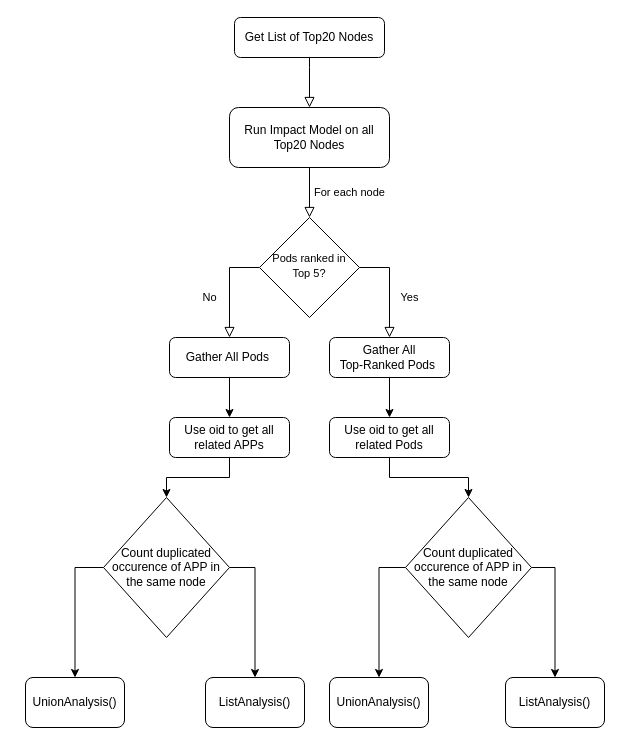
Earlier version of the draw.io diagram Untitled Diagram.drawio (PodorCN/WorkTerm2). Source tidied: cells renumbered, new cells numbered last; positions are measured from the earlier drawing's top-left corner, leaving out a move shared by most shapes. Both pictures are drawn from the tidied source at 100%, with x=0, y=0 at pixel (25, 17).
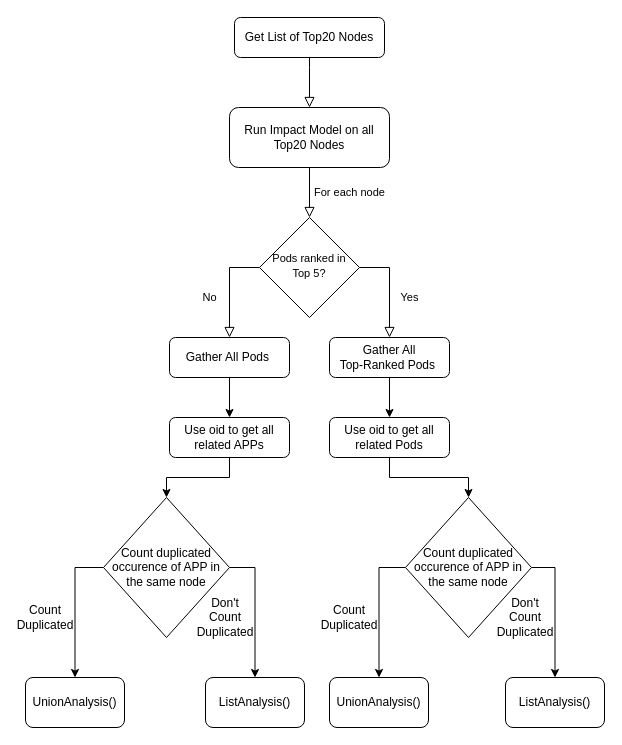
After the change.

Change to the diagram source:
```diff
@@
+    <mxCell id="27" value="Count Duplicated" style="text;html=1;strokeColor=none;fillColor=none;align=center;verticalAlign=middle;whiteSpace=wrap;rounded=0;" parent="1" vertex="1">
+      <mxGeometry y="590" width="40" height="20" as="geometry" />
+    </mxCell>
+    <mxCell id="28" value="Count Duplicated" style="text;html=1;strokeColor=none;fillColor=none;align=center;verticalAlign=middle;whiteSpace=wrap;rounded=0;" parent="1" vertex="1">
+      <mxGeometry x="304" y="590" width="40" height="20" as="geometry" />
+    </mxCell>
+    <mxCell id="29" value="Don't Count Duplicated" style="text;html=1;strokeColor=none;fillColor=none;align=center;verticalAlign=middle;whiteSpace=wrap;rounded=0;" parent="1" vertex="1">
+      <mxGeometry x="180" y="590" width="40" height="20" as="geometry" />
+    </mxCell>
+    <mxCell id="30" value="Don't Count Duplicated" style="text;html=1;strokeColor=none;fillColor=none;align=center;verticalAlign=middle;whiteSpace=wrap;rounded=0;" parent="1" vertex="1">
+      <mxGeometry x="480" y="590" width="40" height="20" as="geometry" />
+    </mxCell>
```
